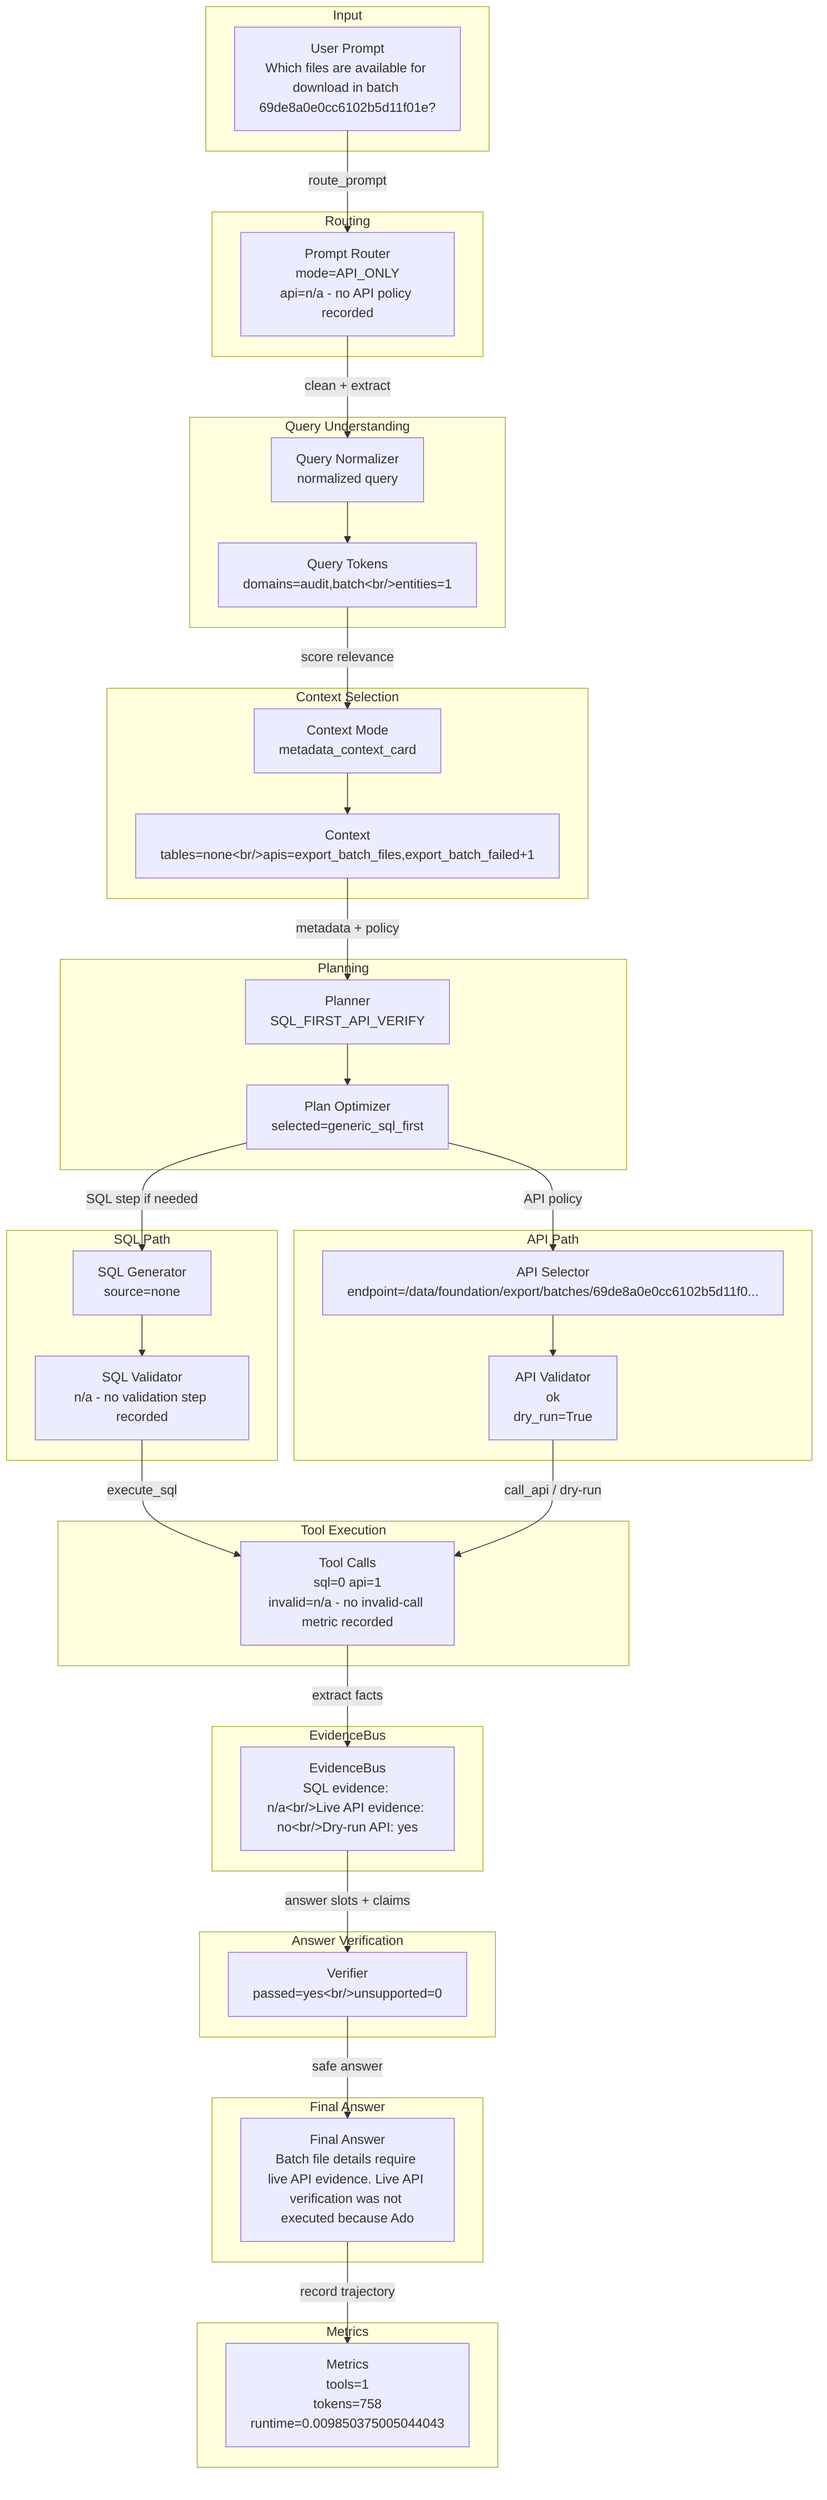
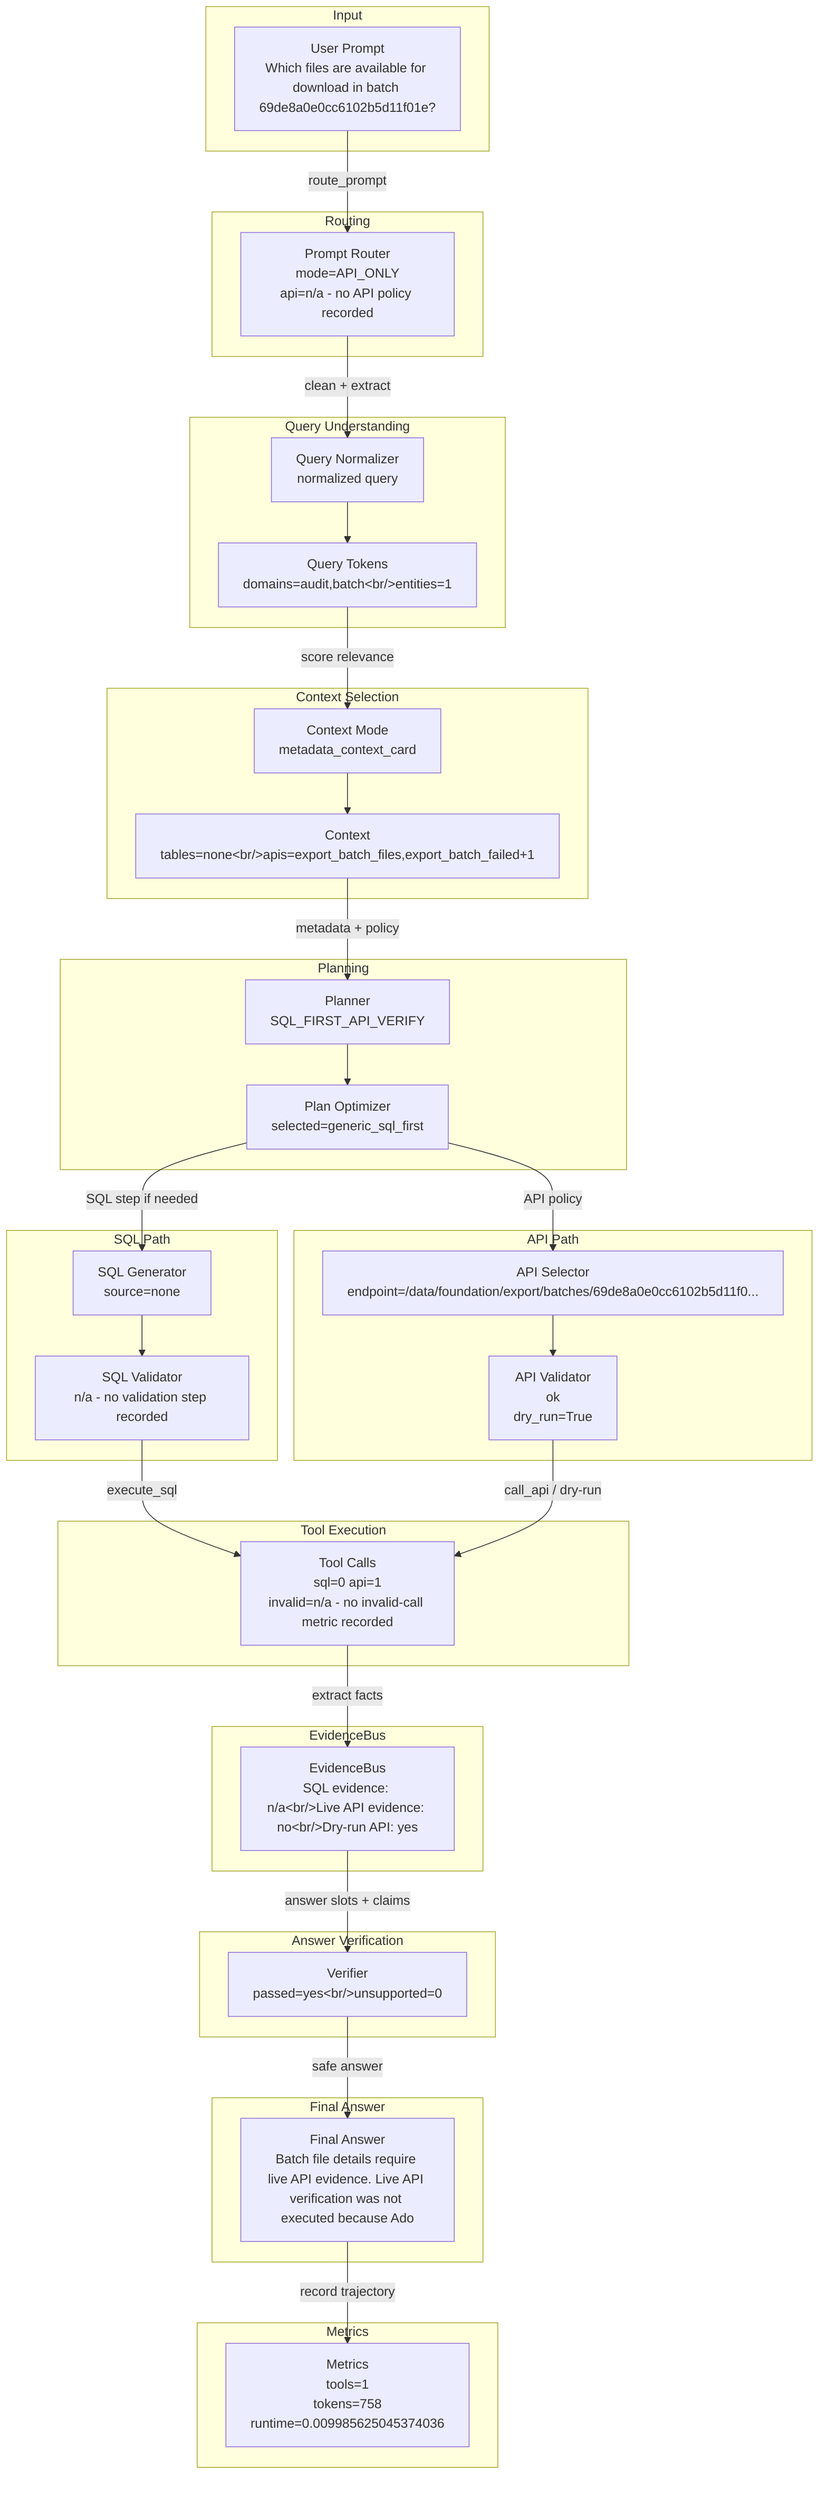
flowchart TD
  subgraph Input
    input_prompt["User Prompt<br/>Which files are available for download in batch 69de8a0e0cc6102b5d11f01e?"]
  end
  subgraph Routing
    router["Prompt Router<br/>mode=API_ONLY<br/>api=n/a - no API policy recorded"]
    input_prompt -->|route_prompt| router
  end
  subgraph QueryUnderstanding["Query Understanding"]
    normalizer["Query Normalizer<br/>normalized query"]
    tokens["Query Tokens<br/>domains=audit,batch&lt;br/&gt;entities=1"]
    router -->|clean + extract| normalizer --> tokens
  end
  subgraph ContextSelection["Context Selection"]
    context["Context Mode<br/>metadata_context_card"]
    candidates["Context<br/>tables=none&lt;br/&gt;apis=export_batch_files,export_batch_failed+1"]
    tokens -->|score relevance| context --> candidates
  end
  subgraph Planning
    planner["Planner<br/>SQL_FIRST_API_VERIFY"]
    optimizer["Plan Optimizer<br/>selected=generic_sql_first"]
    candidates -->|metadata + policy| planner --> optimizer
  end
  subgraph SQLPath["SQL Path"]
    sqlgen["SQL Generator<br/>source=none"]
    sqlval["SQL Validator<br/>n/a - no validation step recorded"]
    optimizer -->|SQL step if needed| sqlgen --> sqlval
  end
  subgraph APIPath["API Path"]
    apisel["API Selector<br/>endpoint=/data/foundation/export/batches/69de8a0e0cc6102b5d11f0..."]
    apival["API Validator<br/>ok<br/>dry_run=True"]
    optimizer -->|API policy| apisel --> apival
  end
  subgraph ToolExecution["Tool Execution"]
    tools["Tool Calls<br/>sql=0 api=1<br/>invalid=n/a - no invalid-call metric recorded"]
    sqlval -->|execute_sql| tools
    apival -->|call_api / dry-run| tools
  end
  subgraph EvidenceBus
    evidence["EvidenceBus<br/>SQL evidence: n/a&lt;br/&gt;Live API evidence: no&lt;br/&gt;Dry-run API: yes"]
    tools -->|extract facts| evidence
  end
  subgraph AnswerVerification["Answer Verification"]
    verifier["Verifier<br/>passed=yes&lt;br/&gt;unsupported=0"]
    evidence -->|answer slots + claims| verifier
  end
  subgraph FinalAnswer["Final Answer"]
    answer["Final Answer<br/>Batch file details require live API evidence. Live API verification was not executed because Ado"]
    verifier -->|safe answer| answer
  end
  subgraph Metrics
-     metrics["Metrics<br/>tools=1<br/>tokens=758<br/>runtime=0.009850375005044043"]
+     metrics["Metrics<br/>tools=1<br/>tokens=758<br/>runtime=0.009985625045374036"]
    answer -->|record trajectory| metrics
  end
